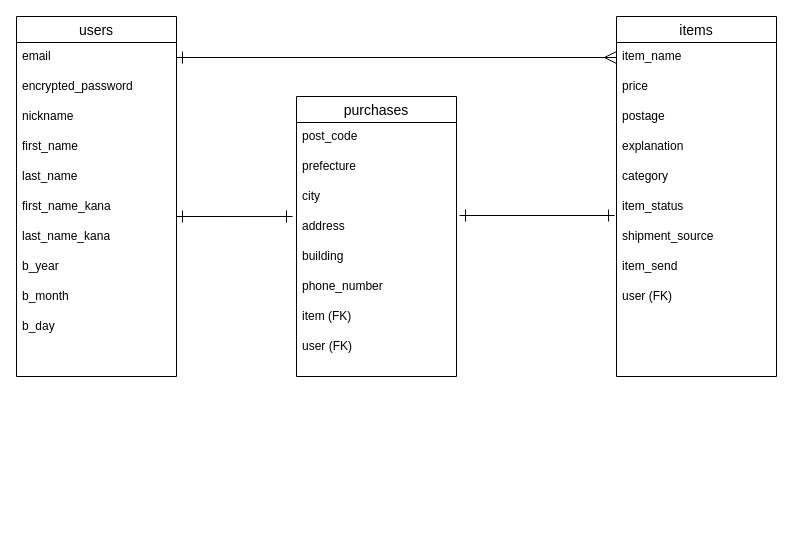
sonyerhcssa/furima-37382 keeps this draw.io diagram as furima_er.dio. Above is the earlier version. Source tidied: cells renumbered, new cells numbered last; positions are measured from the earlier drawing's top-left corner, leaving out a move shared by most shapes. Both pictures are drawn from the tidied source at 100%, with x=0, y=0 at pixel (16, 16).
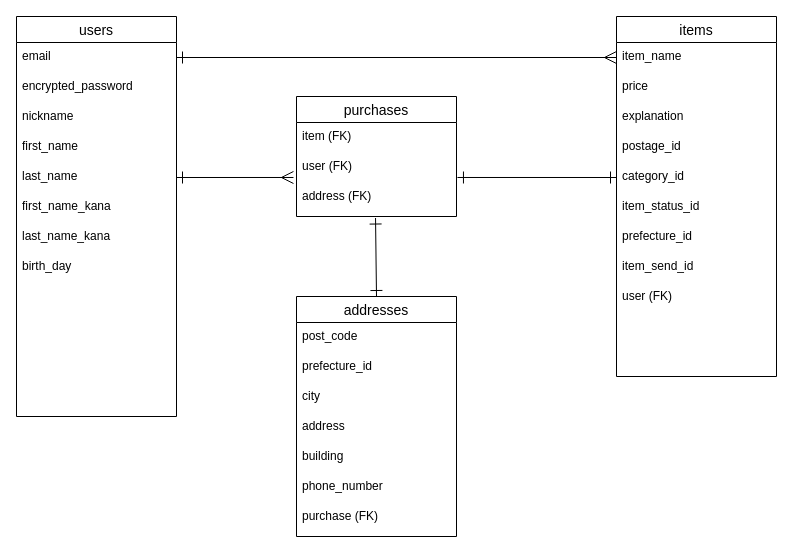
Above is the later version.

Unchanged cells that the change refers to:
```xml
<mxCell id="8" value="last_name" style="text;strokeColor=none;fillColor=none;spacingLeft=4;spacingRight=4;overflow=hidden;points=[[0,0.5],[1,0.5]];portConstraint=eastwest;fontSize=12;" parent="3" vertex="1">
  <mxGeometry y="146" width="160" height="30" as="geometry" />
</mxCell>
<mxCell id="14" value="items" style="swimlane;fontStyle=0;horizontal=1;startSize=26;align=center;fontSize=14;strokeColor=default;" parent="1" vertex="1">
  <mxGeometry x="600" width="160" height="360" as="geometry" />
</mxCell>
```

Change to the diagram source:
```diff
@@
-    <mxCell id="2" style="edgeStyle=none;html=1;startArrow=ERone;startFill=0;endArrow=ERone;endFill=0;startSize=10;endSize=10;strokeColor=default;entryX=-0.025;entryY=0.133;entryDx=0;entryDy=0;entryPerimeter=0;" parent="1" edge="1" target="30">
-      <mxGeometry relative="1" as="geometry">
-        <mxPoint x="160" y="200" as="sourcePoint" />
-      </mxGeometry>
+    <mxCell id="2" style="edgeStyle=none;html=1;startArrow=ERone;startFill=0;endArrow=ERmany;endFill=0;startSize=10;endSize=10;strokeColor=default;entryX=-0.019;entryY=0.833;entryDx=0;entryDy=0;entryPerimeter=0;exitX=1;exitY=0.5;exitDx=0;exitDy=0;" parent="1" edge="1" source="8" target="33">
+      <mxGeometry relative="1" as="geometry" />
     </mxCell>
     <mxCell id="3" value="users" style="swimlane;fontStyle=0;horizontal=1;startSize=26;align=center;fontSize=14;strokeColor=default;" parent="1" vertex="1">
-      <mxGeometry width="160" height="360" as="geometry" />
+      <mxGeometry width="160" height="400" as="geometry" />
     </mxCell>
@@
-    <mxCell id="11" value="b_year" style="text;strokeColor=none;fillColor=none;spacingLeft=4;spacingRight=4;overflow=hidden;fontSize=12;" parent="3" vertex="1">
-      <mxGeometry y="236" width="160" height="30" as="geometry" />
+    <mxCell id="11" value="birth_day" style="text;strokeColor=none;fillColor=none;spacingLeft=4;spacingRight=4;overflow=hidden;fontSize=12;" parent="3" vertex="1">
+      <mxGeometry y="236" width="160" height="164" as="geometry" />
     </mxCell>
-    <mxCell id="12" value="b_month" style="text;strokeColor=none;fillColor=none;spacingLeft=4;spacingRight=4;overflow=hidden;fontSize=12;" parent="3" vertex="1">
-      <mxGeometry y="266" width="160" height="30" as="geometry" />
-    </mxCell>
-    <mxCell id="13" value="b_day" style="text;strokeColor=none;fillColor=none;spacingLeft=4;spacingRight=4;overflow=hidden;fontSize=12;" parent="3" vertex="1">
-      <mxGeometry y="296" width="160" height="64" as="geometry" />
-    </mxCell>
@@
+    <mxCell id="18" value="explanation" style="text;strokeColor=none;fillColor=none;spacingLeft=4;spacingRight=4;overflow=hidden;fontSize=12;" parent="14" vertex="1">
+      <mxGeometry y="86" width="160" height="30" as="geometry" />
+    </mxCell>
-    <mxCell id="17" value="postage" style="text;strokeColor=none;fillColor=none;spacingLeft=4;spacingRight=4;overflow=hidden;fontSize=12;" parent="14" vertex="1">
-      <mxGeometry y="86" width="160" height="30" as="geometry" />
+    <mxCell id="17" value="postage_id" style="text;strokeColor=none;fillColor=none;spacingLeft=4;spacingRight=4;overflow=hidden;fontSize=12;" parent="14" vertex="1">
+      <mxGeometry y="116" width="160" height="30" as="geometry" />
     </mxCell>
-    <mxCell id="18" value="explanation" style="text;strokeColor=none;fillColor=none;spacingLeft=4;spacingRight=4;overflow=hidden;fontSize=12;" parent="14" vertex="1">
-      <mxGeometry y="116" width="160" height="30" as="geometry" />
-    </mxCell>
-    <mxCell id="19" value="category" style="text;strokeColor=none;fillColor=none;spacingLeft=4;spacingRight=4;overflow=hidden;points=[[0,0.5],[1,0.5]];portConstraint=eastwest;fontSize=12;" parent="14" vertex="1">
+    <mxCell id="19" value="category_id" style="text;strokeColor=none;fillColor=none;spacingLeft=4;spacingRight=4;overflow=hidden;points=[[0,0.5],[1,0.5]];portConstraint=eastwest;fontSize=12;" parent="14" vertex="1">
       <mxGeometry y="146" width="160" height="30" as="geometry" />
     </mxCell>
-    <mxCell id="20" value="item_status" style="text;strokeColor=none;fillColor=none;spacingLeft=4;spacingRight=4;overflow=hidden;points=[[0,0.5],[1,0.5]];portConstraint=eastwest;fontSize=12;" parent="14" vertex="1">
+    <mxCell id="20" value="item_status_id" style="text;strokeColor=none;fillColor=none;spacingLeft=4;spacingRight=4;overflow=hidden;points=[[0,0.5],[1,0.5]];portConstraint=eastwest;fontSize=12;" parent="14" vertex="1">
       <mxGeometry y="176" width="160" height="30" as="geometry" />
     </mxCell>
-    <mxCell id="21" value="shipment_source" style="text;strokeColor=none;fillColor=none;spacingLeft=4;spacingRight=4;overflow=hidden;fontSize=12;" parent="14" vertex="1">
+    <mxCell id="21" value="prefecture_id" style="text;strokeColor=none;fillColor=none;spacingLeft=4;spacingRight=4;overflow=hidden;fontSize=12;" parent="14" vertex="1">
       <mxGeometry y="206" width="160" height="30" as="geometry" />
     </mxCell>
-    <mxCell id="22" value="item_send" style="text;strokeColor=none;fillColor=none;spacingLeft=4;spacingRight=4;overflow=hidden;fontSize=12;" parent="14" vertex="1">
+    <mxCell id="22" value="item_send_id" style="text;strokeColor=none;fillColor=none;spacingLeft=4;spacingRight=4;overflow=hidden;fontSize=12;" parent="14" vertex="1">
       <mxGeometry y="236" width="160" height="30" as="geometry" />
     </mxCell>
@@
-    <mxCell id="25" style="edgeStyle=none;html=1;startArrow=ERone;startFill=0;endArrow=ERone;endFill=0;startSize=10;endSize=10;strokeColor=default;entryX=-0.012;entryY=0.767;entryDx=0;entryDy=0;entryPerimeter=0;exitX=1.019;exitY=0.1;exitDx=0;exitDy=0;exitPerimeter=0;" parent="1" edge="1" source="30" target="20">
+    <mxCell id="25" style="edgeStyle=none;html=1;startArrow=ERone;startFill=0;endArrow=ERone;endFill=0;startSize=10;endSize=10;strokeColor=default;entryX=0;entryY=0.5;entryDx=0;entryDy=0;exitX=1.006;exitY=0.833;exitDx=0;exitDy=0;exitPerimeter=0;" parent="1" edge="1" source="33" target="19">
       <mxGeometry relative="1" as="geometry" />
     </mxCell>
     <mxCell id="26" value="purchases" style="swimlane;fontStyle=0;horizontal=1;startSize=26;align=center;fontSize=14;strokeColor=default;" parent="1" vertex="1">
-      <mxGeometry x="280" y="80" width="160" height="280" as="geometry" />
+      <mxGeometry x="280" y="80" width="160" height="120" as="geometry" />
     </mxCell>
+    <mxCell id="31" value="item (FK)" style="text;strokeColor=none;fillColor=none;spacingLeft=4;spacingRight=4;overflow=hidden;fontSize=12;" parent="26" vertex="1">
+      <mxGeometry y="26" width="160" height="30" as="geometry" />
+    </mxCell>
+    <mxCell id="33" value="user (FK)" style="text;strokeColor=none;fillColor=none;spacingLeft=4;spacingRight=4;overflow=hidden;points=[[0,0.5],[1,0.5]];portConstraint=eastwest;fontSize=12;" parent="26" vertex="1">
+      <mxGeometry y="56" width="160" height="30" as="geometry" />
+    </mxCell>
+    <mxCell id="34" value="address (FK)" style="text;strokeColor=none;fillColor=none;spacingLeft=4;spacingRight=4;overflow=hidden;points=[[0,0.5],[1,0.5]];portConstraint=eastwest;fontSize=12;" parent="26" vertex="1">
+      <mxGeometry y="86" width="160" height="34" as="geometry" />
+    </mxCell>
+    <mxCell id="35" value="addresses" style="swimlane;fontStyle=0;horizontal=1;startSize=26;align=center;fontSize=14;strokeColor=default;" parent="1" vertex="1">
+      <mxGeometry x="280" y="280" width="160" height="240" as="geometry" />
+    </mxCell>
-    <mxCell id="27" value="post_code" style="text;strokeColor=none;fillColor=none;spacingLeft=4;spacingRight=4;overflow=hidden;fontSize=12;" parent="26" vertex="1">
+    <mxCell id="27" value="post_code" style="text;strokeColor=none;fillColor=none;spacingLeft=4;spacingRight=4;overflow=hidden;fontSize=12;" parent="35" vertex="1">
       <mxGeometry y="26" width="160" height="30" as="geometry" />
     </mxCell>
-    <mxCell id="28" value="prefecture" style="text;strokeColor=none;fillColor=none;spacingLeft=4;spacingRight=4;overflow=hidden;fontSize=12;" parent="26" vertex="1">
-      <mxGeometry y="56" width="160" height="30" as="geometry" />
-    </mxCell>
+    <mxCell id="36" value="prefecture_id" style="text;strokeColor=none;fillColor=none;spacingLeft=4;spacingRight=4;overflow=hidden;fontSize=12;" parent="35" vertex="1">
+      <mxGeometry y="56" width="160" height="30" as="geometry" />
+    </mxCell>
-    <mxCell id="29" value="city" style="text;strokeColor=none;fillColor=none;spacingLeft=4;spacingRight=4;overflow=hidden;fontSize=12;" parent="26" vertex="1">
+    <mxCell id="29" value="city" style="text;strokeColor=none;fillColor=none;spacingLeft=4;spacingRight=4;overflow=hidden;fontSize=12;" parent="35" vertex="1">
       <mxGeometry y="86" width="160" height="30" as="geometry" />
     </mxCell>
-    <mxCell id="30" value="address" style="text;strokeColor=none;fillColor=none;spacingLeft=4;spacingRight=4;overflow=hidden;points=[[0,0.5],[1,0.5]];portConstraint=eastwest;fontSize=12;" parent="26" vertex="1">
+    <mxCell id="30" value="address" style="text;strokeColor=none;fillColor=none;spacingLeft=4;spacingRight=4;overflow=hidden;points=[[0,0.5],[1,0.5]];portConstraint=eastwest;fontSize=12;" parent="35" vertex="1">
       <mxGeometry y="116" width="160" height="30" as="geometry" />
     </mxCell>
-    <mxCell id="31" value="building" style="text;strokeColor=none;fillColor=none;spacingLeft=4;spacingRight=4;overflow=hidden;fontSize=12;" parent="26" vertex="1">
-      <mxGeometry y="146" width="160" height="30" as="geometry" />
-    </mxCell>
+    <mxCell id="37" value="building" style="text;strokeColor=none;fillColor=none;spacingLeft=4;spacingRight=4;overflow=hidden;fontSize=12;" parent="35" vertex="1">
+      <mxGeometry y="146" width="160" height="30" as="geometry" />
+    </mxCell>
-    <mxCell id="32" value="phone_number" style="text;strokeColor=none;fillColor=none;spacingLeft=4;spacingRight=4;overflow=hidden;fontSize=12;" parent="26" vertex="1">
+    <mxCell id="32" value="phone_number" style="text;strokeColor=none;fillColor=none;spacingLeft=4;spacingRight=4;overflow=hidden;fontSize=12;" parent="35" vertex="1">
       <mxGeometry y="176" width="160" height="30" as="geometry" />
     </mxCell>
-    <mxCell id="33" value="item (FK)" style="text;strokeColor=none;fillColor=none;spacingLeft=4;spacingRight=4;overflow=hidden;points=[[0,0.5],[1,0.5]];portConstraint=eastwest;fontSize=12;" parent="26" vertex="1">
-      <mxGeometry y="206" width="160" height="30" as="geometry" />
-    </mxCell>
-    <mxCell id="34" value="user (FK)" style="text;strokeColor=none;fillColor=none;spacingLeft=4;spacingRight=4;overflow=hidden;points=[[0,0.5],[1,0.5]];portConstraint=eastwest;fontSize=12;" parent="26" vertex="1">
-      <mxGeometry y="236" width="160" height="44" as="geometry" />
-    </mxCell>
+    <mxCell id="38" value="purchase (FK)" style="text;strokeColor=none;fillColor=none;spacingLeft=4;spacingRight=4;overflow=hidden;fontSize=12;" parent="35" vertex="1">
+      <mxGeometry y="206" width="160" height="34" as="geometry" />
+    </mxCell>
+    <mxCell id="39" style="edgeStyle=none;html=1;startArrow=ERone;startFill=0;endArrow=ERone;endFill=0;startSize=10;endSize=10;strokeColor=default;entryX=0.5;entryY=0;entryDx=0;entryDy=0;exitX=0.494;exitY=1.045;exitDx=0;exitDy=0;exitPerimeter=0;" parent="1" edge="1" source="34" target="35">
+      <mxGeometry relative="1" as="geometry" />
+    </mxCell>
```
